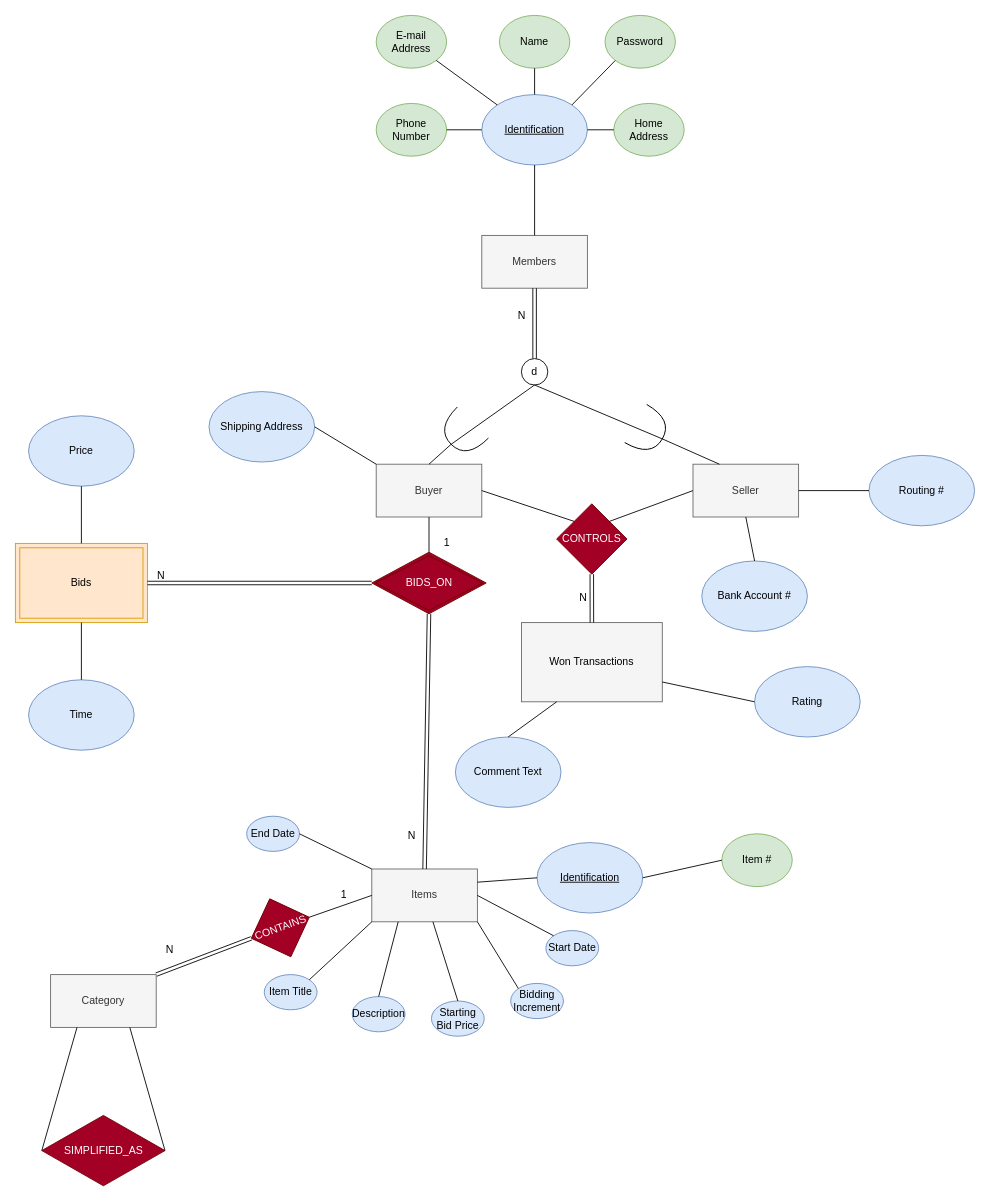
Above: EER Modelling.drawio in William-BC-CA/CPSC2221_EER_Modelling_Diagram (draw.io), before the change. Source tidied: cells renumbered, new cells numbered last; positions are measured from the earlier drawing's top-left corner, leaving out a move shared by most shapes. Both pictures are drawn from the tidied source at 88%, with x=0, y=0 at pixel (15, 15).
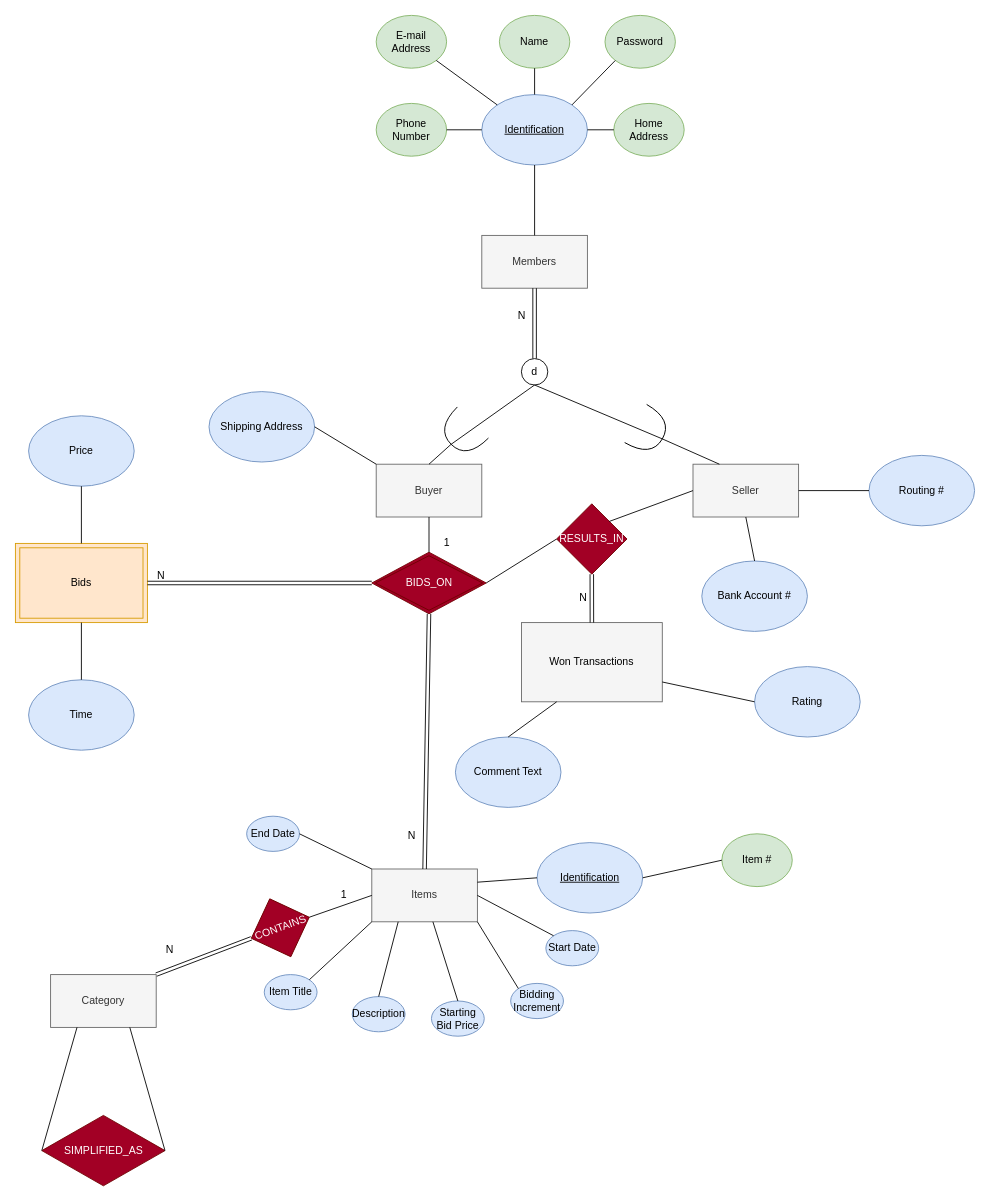
Above is the later version.

The change refers to these unchanged cells:
```xml
<mxCell id="15" value="Buyer" style="rounded=0;whiteSpace=wrap;html=1;fillColor=#f5f5f5;fontColor=#333333;strokeColor=#666666;" parent="1" vertex="1">
  <mxGeometry x="410" y="510" width="120" height="60" as="geometry" />
</mxCell>
<mxCell id="54" style="shape=rhombus;double=1;perimeter=rhombusPerimeter;whiteSpace=wrap;html=1;align=center;fillColor=#a20025;fontColor=#ffffff;strokeColor=#6F0000;" parent="1" vertex="1">
  <mxGeometry x="405" y="610" width="130" height="70" as="geometry" />
</mxCell>
```

Change to the diagram source:
```diff
@@
-    <mxCell id="75" value="&lt;font color=&quot;#ffffff&quot;&gt;CONTROLS&lt;/font&gt;" style="rhombus;whiteSpace=wrap;html=1;fontColor=#ffffff;fillColor=#a20025;strokeColor=#6F0000;" parent="1" vertex="1">
+    <mxCell id="75" value="&lt;font color=&quot;#ffffff&quot;&gt;RESULTS_IN&lt;/font&gt;" style="rhombus;whiteSpace=wrap;html=1;fontColor=#ffffff;fillColor=#a20025;strokeColor=#6F0000;" parent="1" vertex="1">
       <mxGeometry x="615" y="555" width="80" height="80" as="geometry" />
     </mxCell>
-    <mxCell id="76" style="endArrow=none;html=1;fontColor=#FFFFFF;exitX=1;exitY=0.5;exitDx=0;exitDy=0;entryX=0;entryY=0;entryDx=0;entryDy=0;" parent="1" edge="1" source="15" target="75">
-      <mxGeometry relative="1" as="geometry" />
-    </mxCell>
@@
+    <mxCell id="83" style="endArrow=none;html=1;exitX=1;exitY=0.5;exitDx=0;exitDy=0;entryX=0;entryY=0.5;entryDx=0;entryDy=0;" parent="1" edge="1" source="54" target="75">
+      <mxGeometry relative="1" as="geometry" />
+    </mxCell>
```
